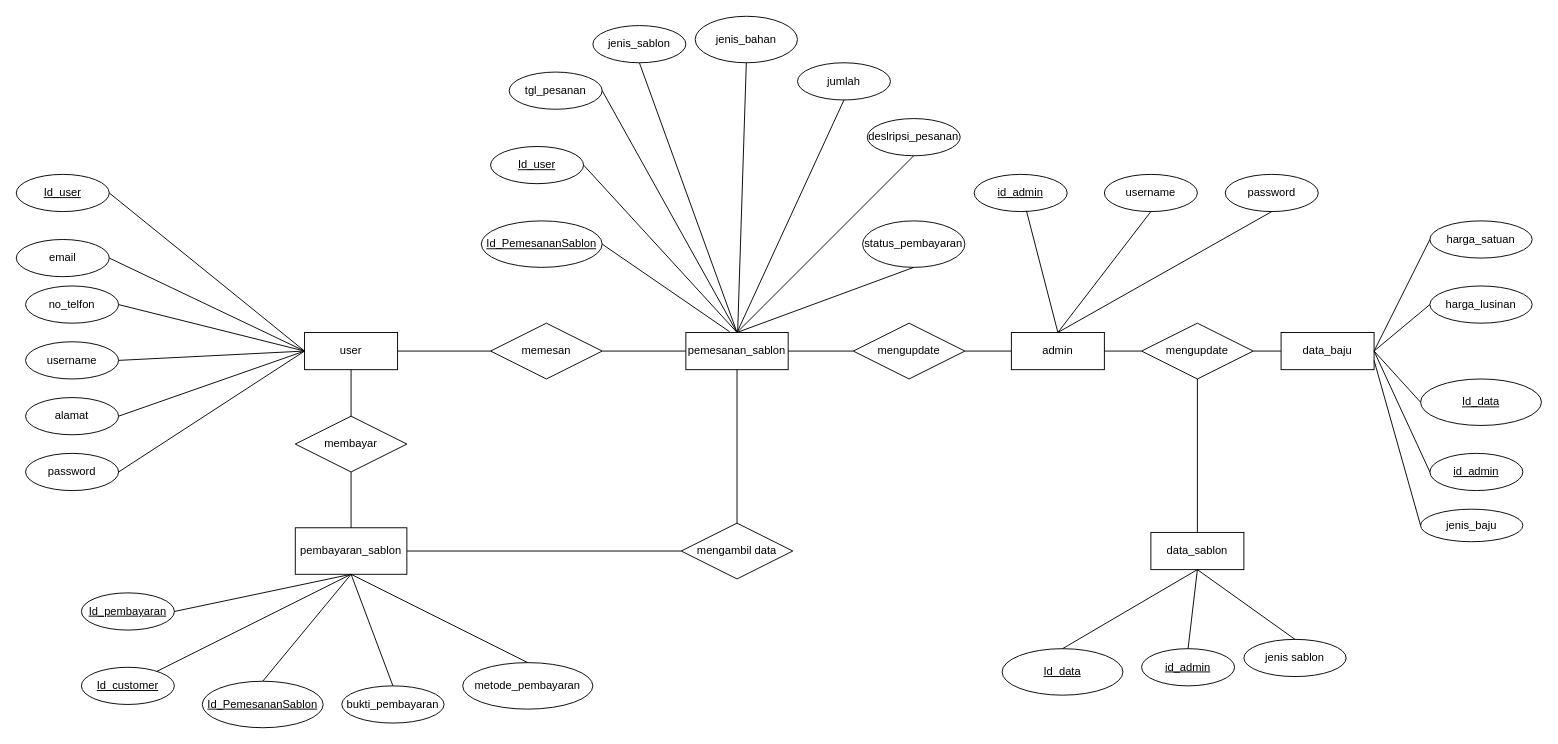
zzarr/SC keeps this draw.io diagram as ERD projek 1.drawio. Above is the earlier version. Source tidied: cells renumbered, new cells numbered last; positions are measured from the earlier drawing's top-left corner, leaving out a move shared by most shapes. Both pictures are drawn from the tidied source at 93%, with x=0, y=0 at pixel (16, 16).
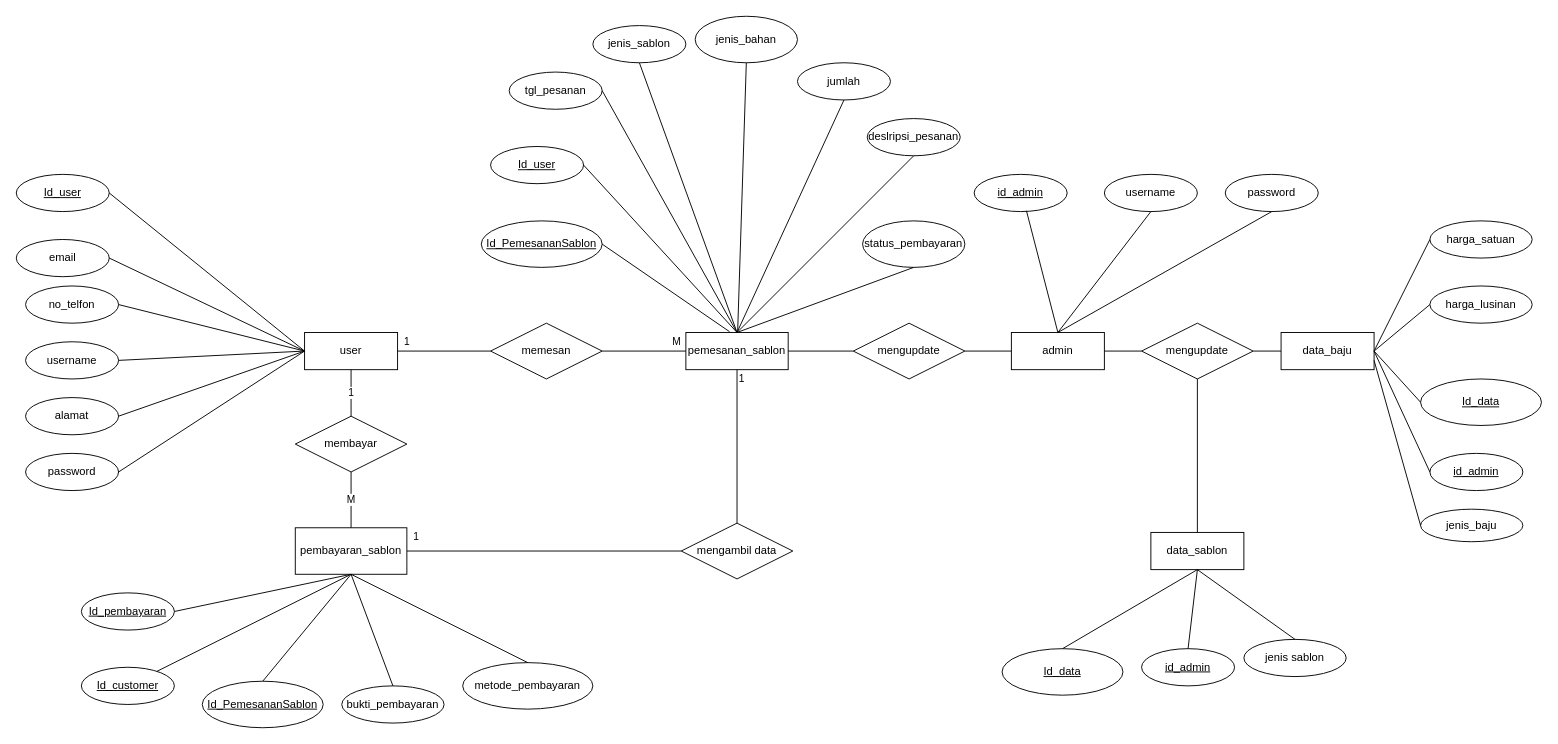
Above is the later version.

The change refers to these unchanged cells:
```xml
<mxCell id="2" value="user" style="whiteSpace=wrap;html=1;align=center;" parent="1" vertex="1">
  <mxGeometry x="310" y="340" width="100" height="40" as="geometry" />
</mxCell>
<mxCell id="4" value="pembayaran_sablon" style="whiteSpace=wrap;html=1;align=center;" parent="1" vertex="1">
  <mxGeometry x="300" y="550" width="120" height="50" as="geometry" />
</mxCell>
<mxCell id="26" value="pemesanan_sablon" style="whiteSpace=wrap;html=1;align=center;" parent="1" vertex="1">
  <mxGeometry x="720" y="340" width="110" height="40" as="geometry" />
</mxCell>
<mxCell id="32" value="memesan" style="shape=rhombus;perimeter=rhombusPerimeter;whiteSpace=wrap;html=1;align=center;" parent="1" vertex="1">
  <mxGeometry x="510" y="330" width="120" height="60" as="geometry" />
</mxCell>
<mxCell id="38" value="membayar" style="shape=rhombus;perimeter=rhombusPerimeter;whiteSpace=wrap;html=1;align=center;" parent="1" vertex="1">
  <mxGeometry x="300" y="430" width="120" height="60" as="geometry" />
</mxCell>
<mxCell id="80" value="mengambil data" style="shape=rhombus;perimeter=rhombusPerimeter;whiteSpace=wrap;html=1;align=center;" parent="1" vertex="1">
  <mxGeometry x="715" y="545" width="120" height="60" as="geometry" />
</mxCell>
```

The edit, as a diff of the source:
```diff
@@
-    <mxCell id="33" style="endArrow=none;html=1;rounded=0;exitX=1;exitY=0.5;exitDx=0;exitDy=0;entryX=0;entryY=0.5;entryDx=0;entryDy=0;" parent="1" edge="1" source="2" target="32">
-      <mxGeometry relative="1" as="geometry" />
+    <mxCell id="33" value="1" style="endArrow=none;html=1;rounded=0;exitX=1;exitY=0.5;exitDx=0;exitDy=0;entryX=0;entryY=0.5;entryDx=0;entryDy=0;" parent="1" edge="1" source="2" target="32">
+      <mxGeometry x="-0.8" y="10" relative="1" as="geometry" />
     </mxCell>
-    <mxCell id="34" style="endArrow=none;html=1;rounded=0;exitX=1;exitY=0.5;exitDx=0;exitDy=0;entryX=0;entryY=0.5;entryDx=0;entryDy=0;" parent="1" edge="1" source="32" target="26">
-      <mxGeometry relative="1" as="geometry" />
+    <mxCell id="34" value="M" style="endArrow=none;html=1;rounded=0;exitX=1;exitY=0.5;exitDx=0;exitDy=0;entryX=0;entryY=0.5;entryDx=0;entryDy=0;" parent="1" edge="1" source="32" target="26">
+      <mxGeometry x="0.78" y="10" relative="1" as="geometry" />
     </mxCell>
@@
-    <mxCell id="39" style="endArrow=none;html=1;rounded=0;exitX=0.5;exitY=1;exitDx=0;exitDy=0;entryX=0.5;entryY=0;entryDx=0;entryDy=0;" parent="1" edge="1" source="2" target="38">
+    <mxCell id="39" value="1" style="endArrow=none;html=1;rounded=0;exitX=0.5;exitY=1;exitDx=0;exitDy=0;entryX=0.5;entryY=0;entryDx=0;entryDy=0;" parent="1" edge="1" source="2" target="38">
       <mxGeometry relative="1" as="geometry" />
     </mxCell>
-    <mxCell id="40" style="endArrow=none;html=1;rounded=0;exitX=0.5;exitY=1;exitDx=0;exitDy=0;entryX=0.5;entryY=0;entryDx=0;entryDy=0;" parent="1" edge="1" source="38" target="4">
+    <mxCell id="40" value="M" style="endArrow=none;html=1;rounded=0;exitX=0.5;exitY=1;exitDx=0;exitDy=0;entryX=0.5;entryY=0;entryDx=0;entryDy=0;" parent="1" edge="1" source="38" target="4">
       <mxGeometry relative="1" as="geometry" />
     </mxCell>
@@
-    <mxCell id="81" style="endArrow=none;html=1;rounded=0;exitX=1;exitY=0.5;exitDx=0;exitDy=0;entryX=0;entryY=0.5;entryDx=0;entryDy=0;" parent="1" edge="1" source="4" target="80">
-      <mxGeometry relative="1" as="geometry" />
+    <mxCell id="81" value="1" style="endArrow=none;html=1;rounded=0;exitX=1;exitY=0.5;exitDx=0;exitDy=0;entryX=0;entryY=0.5;entryDx=0;entryDy=0;" parent="1" edge="1" source="4" target="80">
+      <mxGeometry x="-0.93" y="15" relative="1" as="geometry" />
     </mxCell>
-    <mxCell id="82" style="endArrow=none;html=1;rounded=0;entryX=0.5;entryY=0;entryDx=0;entryDy=0;exitX=0.5;exitY=1;exitDx=0;exitDy=0;" parent="1" edge="1" source="26" target="80">
-      <mxGeometry relative="1" as="geometry" />
+    <mxCell id="82" value="1" style="endArrow=none;html=1;rounded=0;entryX=0.5;entryY=0;entryDx=0;entryDy=0;exitX=0.5;exitY=1;exitDx=0;exitDy=0;" parent="1" edge="1" source="26" target="80">
+      <mxGeometry x="-0.88" y="5" relative="1" as="geometry" />
     </mxCell>
```
